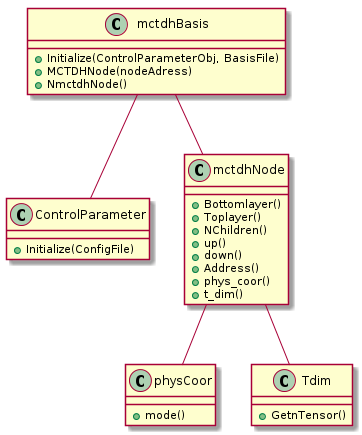
pietiep/master-s-thesis keeps this PlantUML diagram as figures/sequenceDiagram.png. Above is the earlier version.
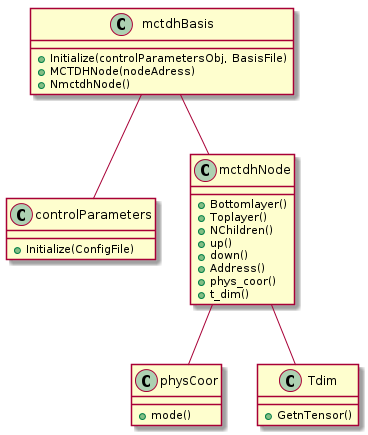
Above is the later version.

What changed in the source:
```diff
@@ -1,11 +1,11 @@
 @startuml
-mctdhBasis - ControlParameter
+mctdhBasis - controlParameters
 mctdhBasis -- mctdhNode
 mctdhNode -- physCoor
 mctdhNode -- Tdim
 
-ControlParameter : +Initialize(ConfigFile)
-mctdhBasis : +Initialize(ControlParameterObj, BasisFile)
+controlParameters : +Initialize(ConfigFile)
+mctdhBasis : +Initialize(controlParametersObj, BasisFile)
 mctdhBasis : +MCTDHNode(nodeAdress)
 mctdhBasis : +NmctdhNode()
 mctdhNode : +Bottomlayer()
```
